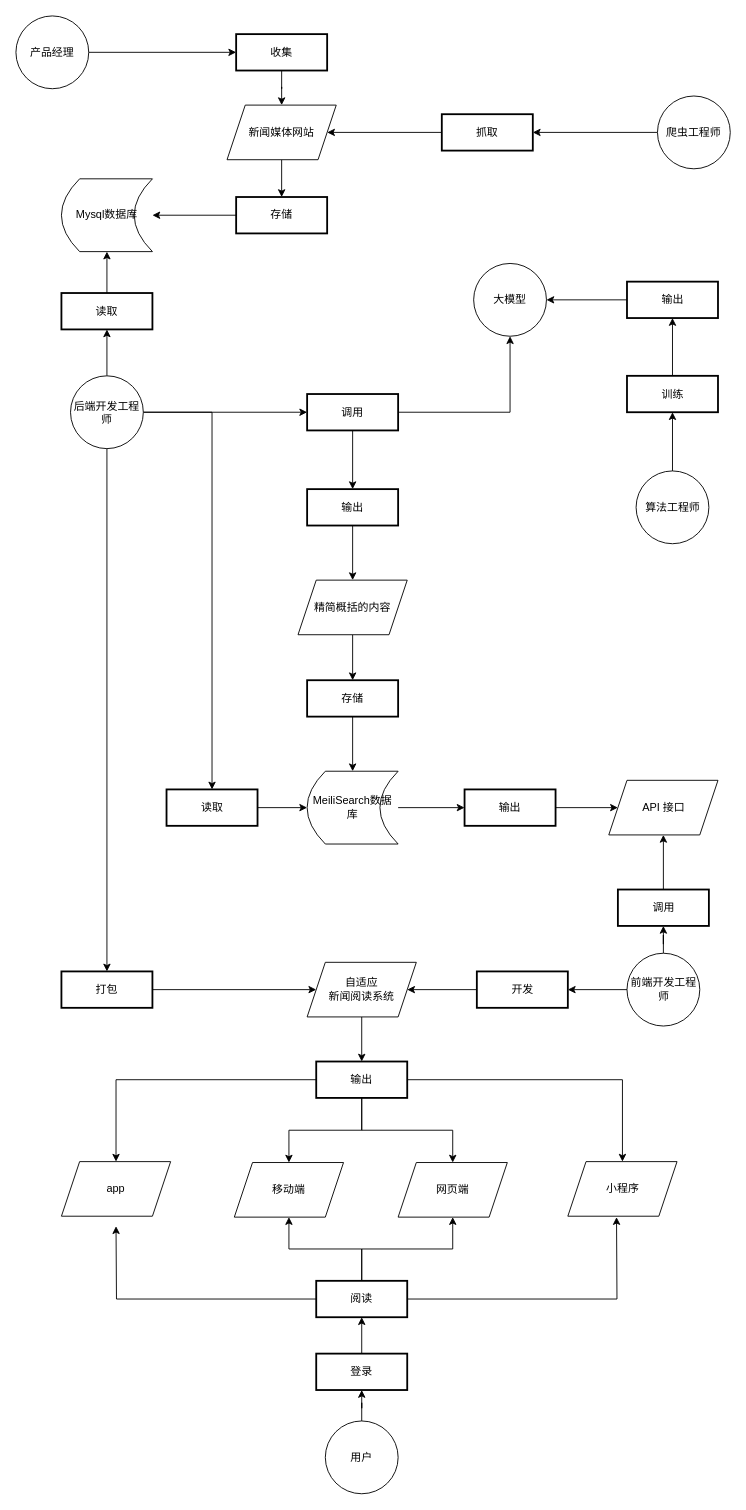
lijc210/app_storage keeps this draw.io diagram as draw.io/业务流程图.drawio. Above is the earlier version. Source tidied: cells renumbered, new cells numbered last; positions are measured from the earlier drawing's top-left corner, leaving out a move shared by most shapes. Both pictures are drawn from the tidied source at 91%, with x=0, y=0 at pixel (15, 15).
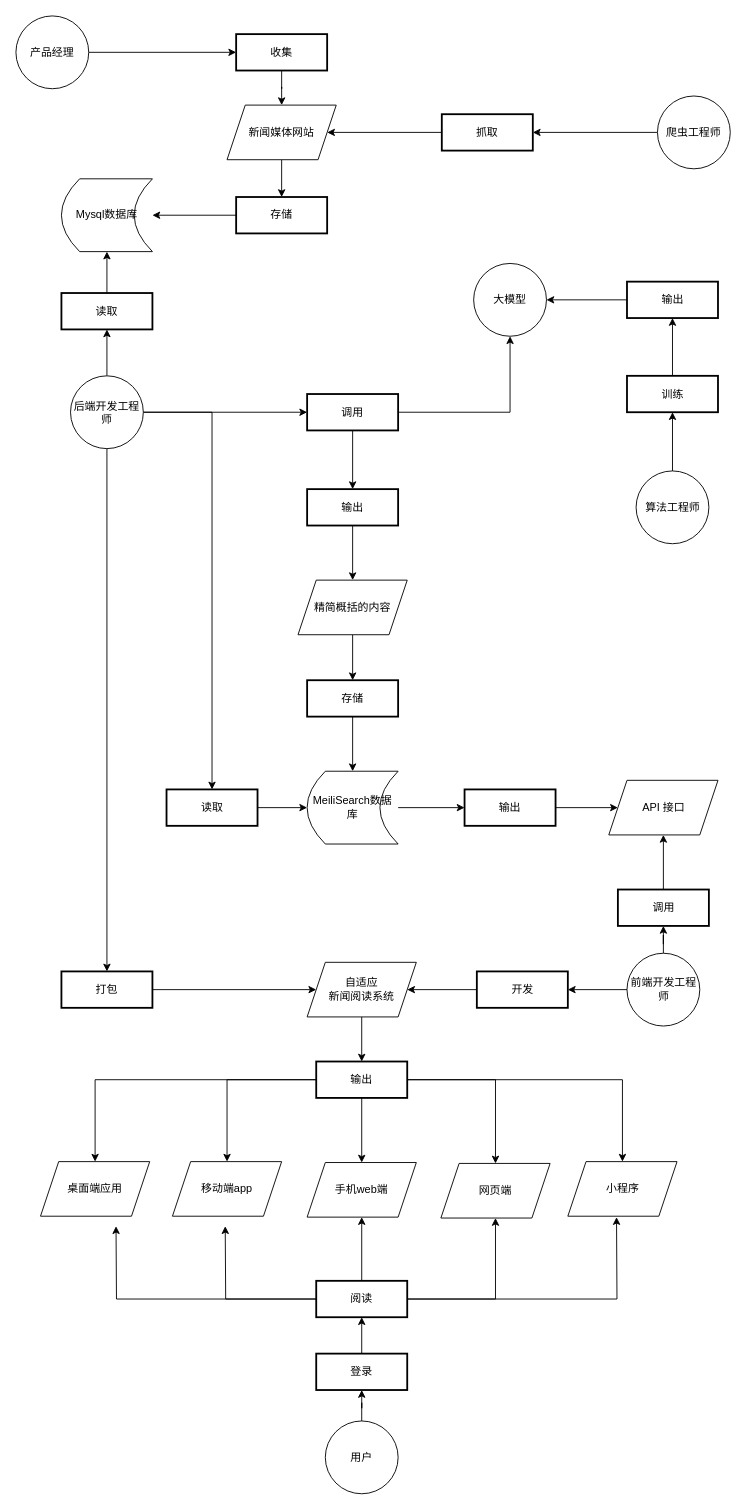
The same page after the edit.

Commit message (it also covers changes not shown here):
更新业务流程图.drawio

The change refers to these unchanged cells:
```xml
<mxCell id="60" value="阅读" style="whiteSpace=wrap;strokeWidth=2;" parent="1" vertex="1">
  <mxGeometry x="330" y="1390" width="100" height="40" as="geometry" />
</mxCell>
<mxCell id="66" value="输出" style="whiteSpace=wrap;strokeWidth=2;" parent="1" vertex="1">
  <mxGeometry x="330" y="1149" width="100" height="40" as="geometry" />
</mxCell>
```

The edit, as a diff of the source:
```diff
@@
+    <mxCell id="74" style="edgeStyle=orthogonalEdgeStyle;rounded=0;jettySize=auto;html=1;" parent="1" edge="1" source="60">
+      <mxGeometry relative="1" as="geometry">
+        <mxPoint x="230" y="1330" as="targetPoint" />
+      </mxGeometry>
+    </mxCell>
@@
+    <mxCell id="75" style="edgeStyle=orthogonalEdgeStyle;rounded=0;jettySize=auto;html=1;" parent="1" edge="1" source="66" target="76">
+      <mxGeometry relative="1" as="geometry" />
+    </mxCell>
@@
-    <mxCell id="67" value="app" style="shape=parallelogram;perimeter=parallelogramPerimeter;whiteSpace=wrap;html=1;fixedSize=1;" parent="1" vertex="1">
-      <mxGeometry x="50" y="1259" width="120" height="60" as="geometry" />
+    <mxCell id="67" value="桌面端应用" style="shape=parallelogram;perimeter=parallelogramPerimeter;whiteSpace=wrap;html=1;fixedSize=1;" parent="1" vertex="1">
+      <mxGeometry x="27" y="1259" width="120" height="60" as="geometry" />
     </mxCell>
-    <mxCell id="68" value="移动端" style="shape=parallelogram;perimeter=parallelogramPerimeter;whiteSpace=wrap;html=1;fixedSize=1;" parent="1" vertex="1">
-      <mxGeometry x="240" y="1260" width="120" height="60" as="geometry" />
+    <mxCell id="68" value="手机web端" style="shape=parallelogram;perimeter=parallelogramPerimeter;whiteSpace=wrap;html=1;fixedSize=1;" parent="1" vertex="1">
+      <mxGeometry x="320" y="1260" width="120" height="60" as="geometry" />
     </mxCell>
@@
     <mxCell id="70" value="网页端" style="shape=parallelogram;perimeter=parallelogramPerimeter;whiteSpace=wrap;html=1;fixedSize=1;" parent="1" vertex="1">
-      <mxGeometry x="420" y="1260" width="120" height="60" as="geometry" />
+      <mxGeometry x="467" y="1261" width="120" height="60" as="geometry" />
     </mxCell>
@@
+    <mxCell id="76" value="移动端app" style="shape=parallelogram;perimeter=parallelogramPerimeter;whiteSpace=wrap;html=1;fixedSize=1;" parent="1" vertex="1">
+      <mxGeometry x="172" y="1259" width="120" height="60" as="geometry" />
+    </mxCell>
```
